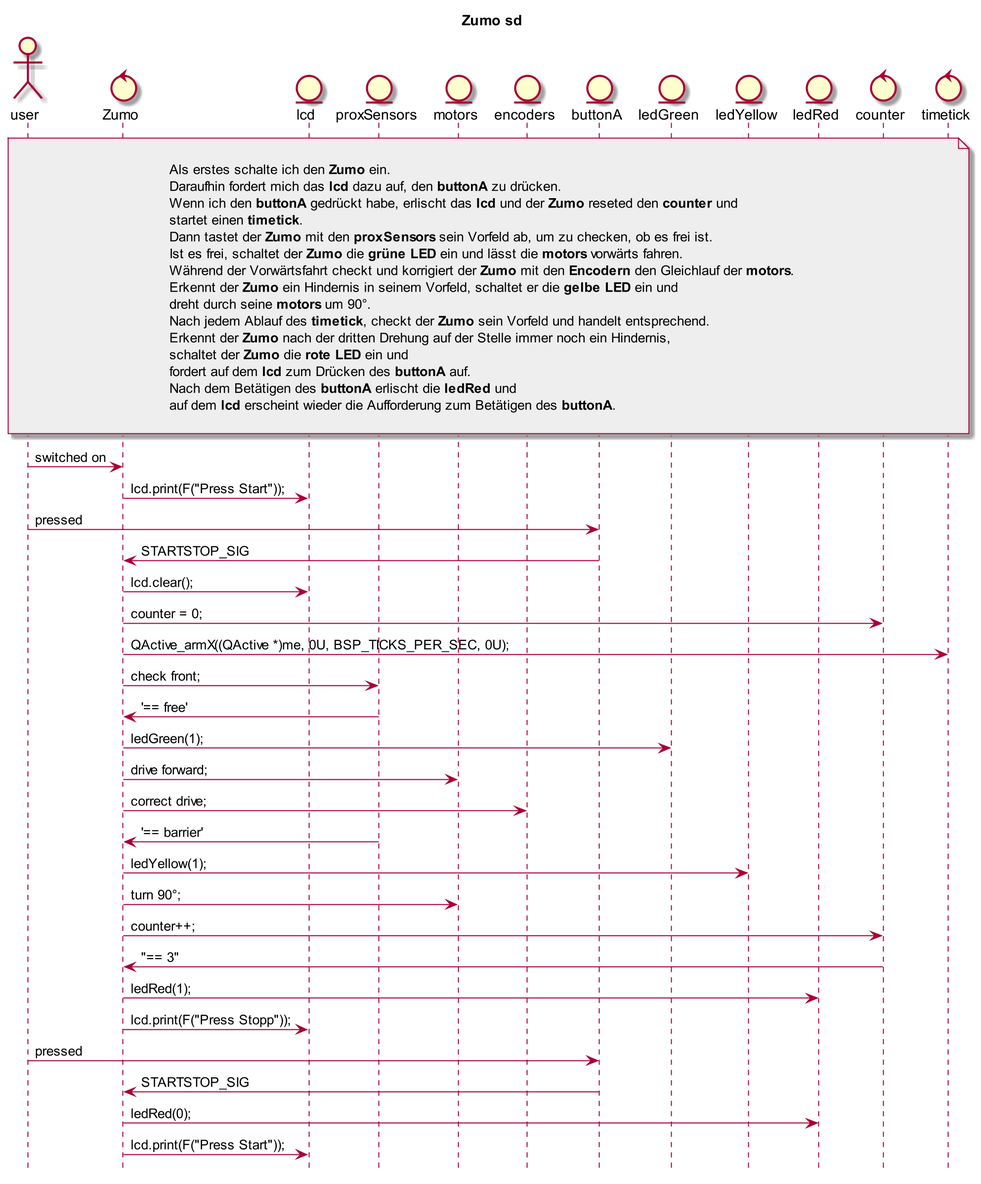
Above: Zumo_SD.png in orje/Zumo_QM_QPnano (PlantUML), before the change.
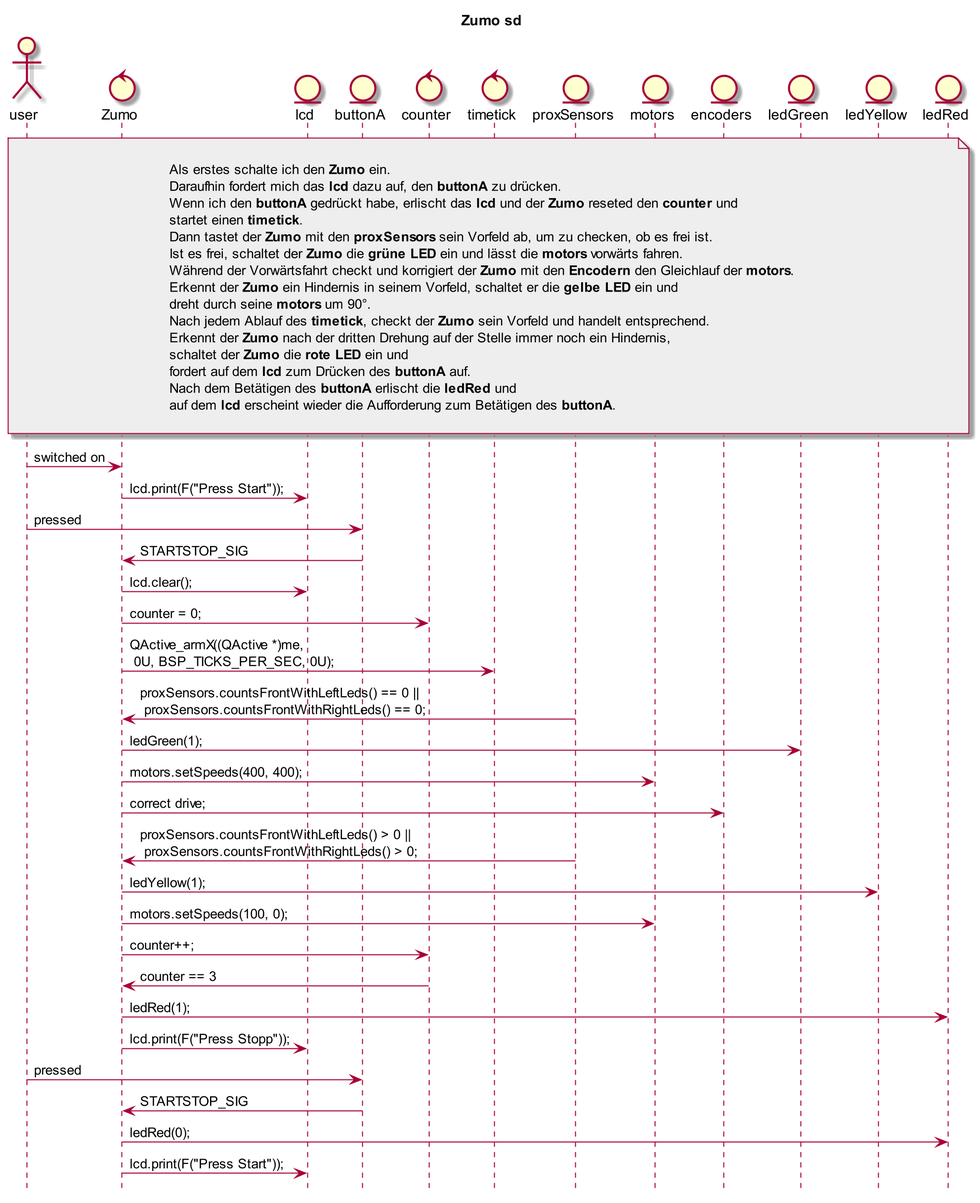
After the commit.

What changed in the source:
```diff
@@ -10,18 +10,18 @@
 actor user
 control Zumo
 entity lcd
+entity buttonA
+control counter
+control timetick
 entity proxSensors
 entity motors
 entity encoders
-entity buttonA
 entity ledGreen
 entity ledYellow
 entity ledRed
-control counter
-control timetick
 
 
-note over timetick, user #EEEEEE
+note over ledRed, user #EEEEEE
 
 Als erstes schalte ich den **Zumo** ein.
 Daraufhin fordert mich das **lcd** dazu auf, den **buttonA** zu drücken.
@@ -49,24 +49,24 @@
 buttonA -> Zumo : STARTSTOP_SIG
 Zumo -> lcd : lcd.clear();
 Zumo -> counter : counter = 0;
-Zumo -> timetick : QActive_armX((QActive *)me, 0U, BSP_TICKS_PER_SEC, 0U);
-Zumo -> proxSensors : check front;
+Zumo -> timetick : QActive_armX((QActive *)me,  \n 0U, BSP_TICKS_PER_SEC, 0U);
 
-proxSensors -> Zumo : '== free'
+proxSensors -> Zumo : proxSensors.countsFrontWithLeftLeds() == 0 || \n proxSensors.countsFrontWithRightLeds() == 0;
 Zumo -> ledGreen : ledGreen(1);
-Zumo -> motors : drive forward;
+Zumo -> motors : motors.setSpeeds(400, 400);
 Zumo -> encoders : correct drive;
 
-proxSensors -> Zumo : '== barrier'
+proxSensors -> Zumo : proxSensors.countsFrontWithLeftLeds() > 0 || \n proxSensors.countsFrontWithRightLeds() > 0;
 Zumo -> ledYellow : ledYellow(1);
-Zumo -> motors : turn 90°;
+Zumo -> motors : motors.setSpeeds(100, 0);
 Zumo -> counter : counter++;
 
-counter -> Zumo : "== 3"
+counter -> Zumo : counter == 3
 Zumo -> ledRed : ledRed(1);
 Zumo -> lcd : lcd.print(F("Press Stopp"));
 user -> buttonA : pressed
 buttonA -> Zumo : STARTSTOP_SIG
 Zumo -> ledRed : ledRed(0);
 Zumo -> lcd : lcd.print(F("Press Start"));
+
 @enduml
```
